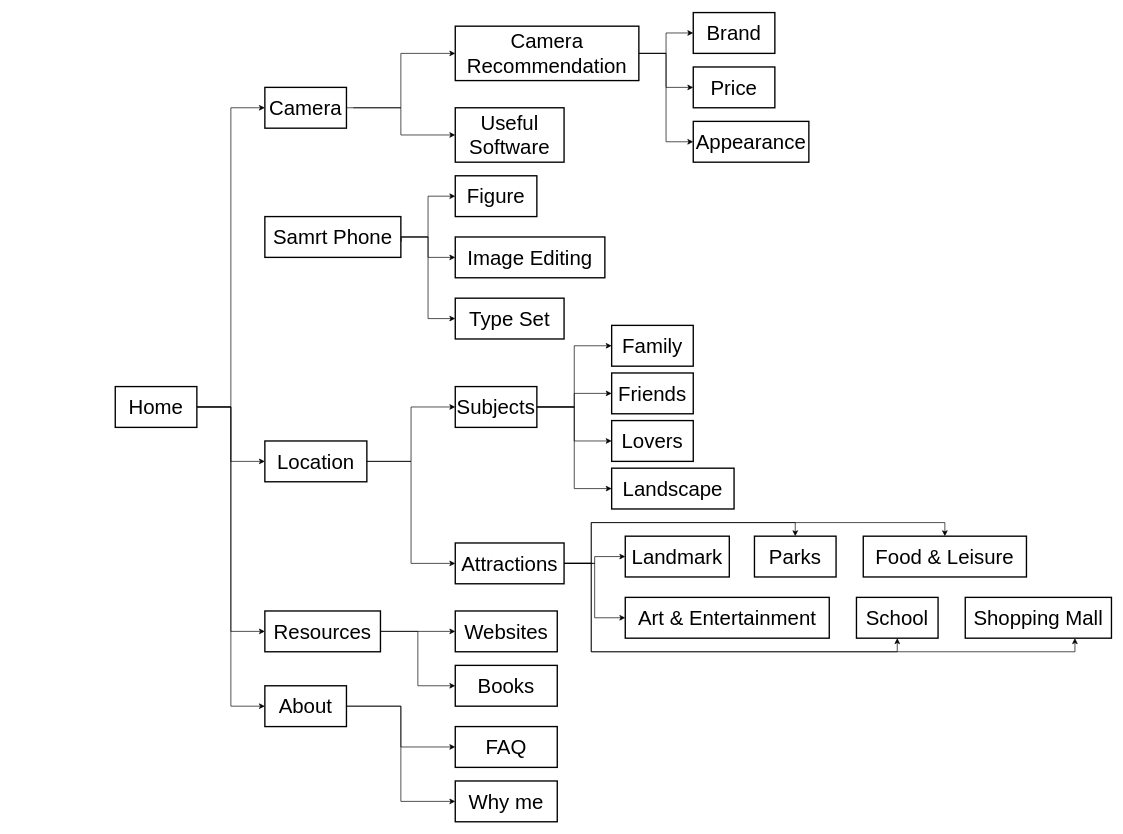
The draw.io diagram COMM5961/Assignment04/architecture Diagram.drawio in Shuqi-HUANG/Shuqi-HUANG.github.io, before the edit. Source tidied: cells renumbered, new cells numbered last; positions are measured from the earlier drawing's top-left corner, leaving out a move shared by most shapes. Both pictures are drawn from the tidied source at 68%, with x=0, y=0 at pixel (115, 12).
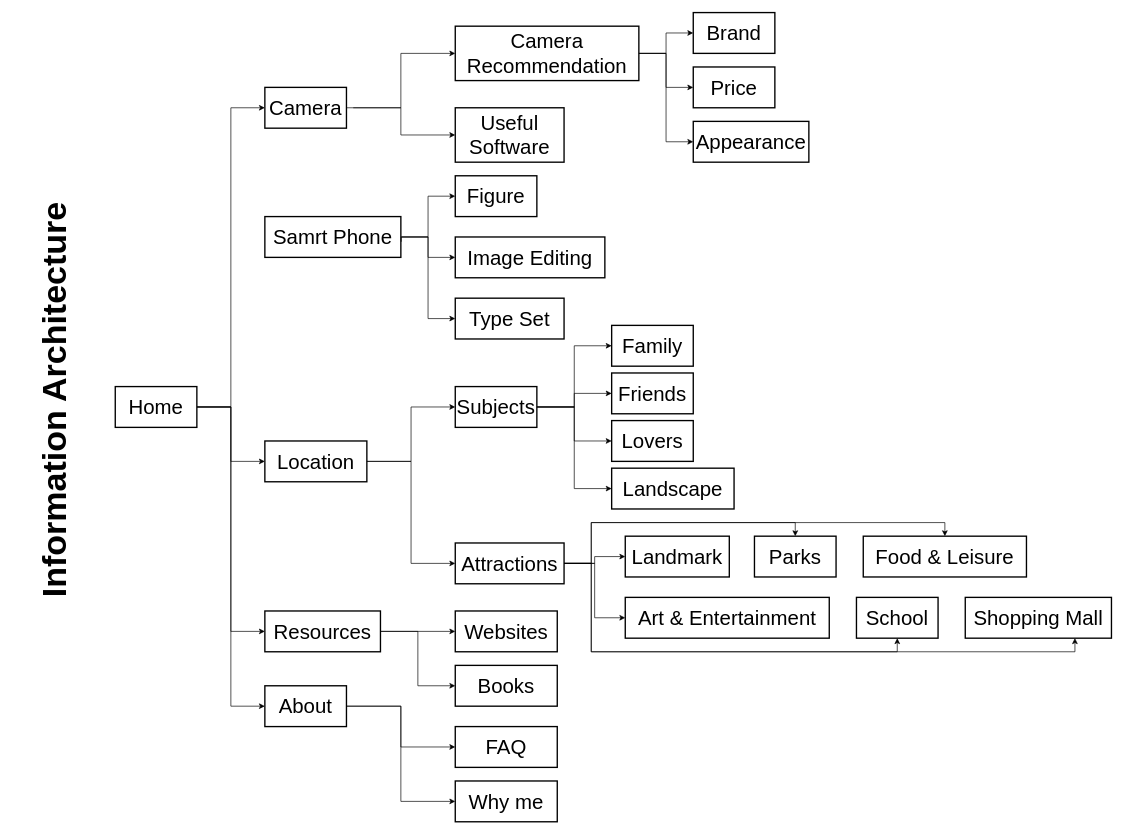
Above is the later version.

What changed in the source:
```diff
@@
+    <mxCell id="60" value="&lt;h1&gt;&lt;font style=&quot;font-size: 50px&quot;&gt;Information Architecture&lt;/font&gt;&lt;/h1&gt;" style="text;strokeColor=none;fillColor=none;html=1;fontSize=24;fontStyle=1;verticalAlign=middle;align=center;rotation=-90;" parent="1" vertex="1">
+      <mxGeometry x="-140" y="550" width="100" height="40" as="geometry" />
+    </mxCell>
```
